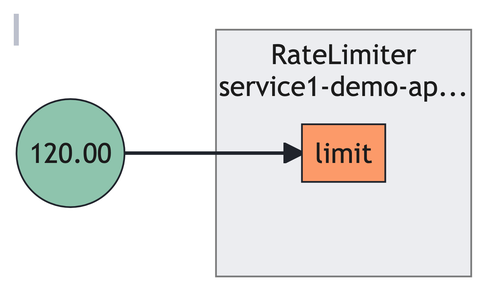
Earlier version of the Mermaid export docs/content/tutorials/flow-control/rate-limiting/assets/static-rate-limiting/static-rate-limiting.mmd.png (fluxninja/aperture). Its source is kept beside it as docs/content/tutorials/flow-control/rate-limiting/assets/static-rate-limiting/static-rate-limiting.mmd. Source of this version:
```mermaid
flowchart LR
subgraph 0[RateLimiter]
subgraph 0_inports[ ]
style 0_inports fill:none,stroke:none
0limit[limit]
end
end
FakeConstant0((120.00))
FakeConstant0 --> 0limit
```
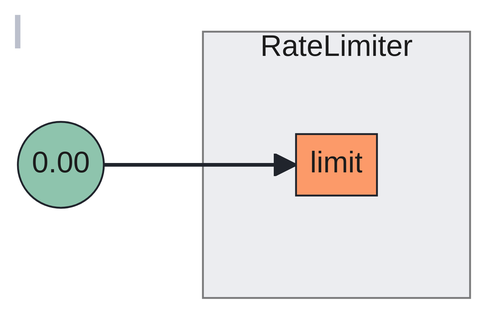
After the commit.

Diff of the diagram source:
```diff
@@ -5,5 +5,5 @@
 0limit[limit]
 end
 end
-FakeConstant0((120.00))
+FakeConstant0((0.00))
 FakeConstant0 --> 0limit
```
